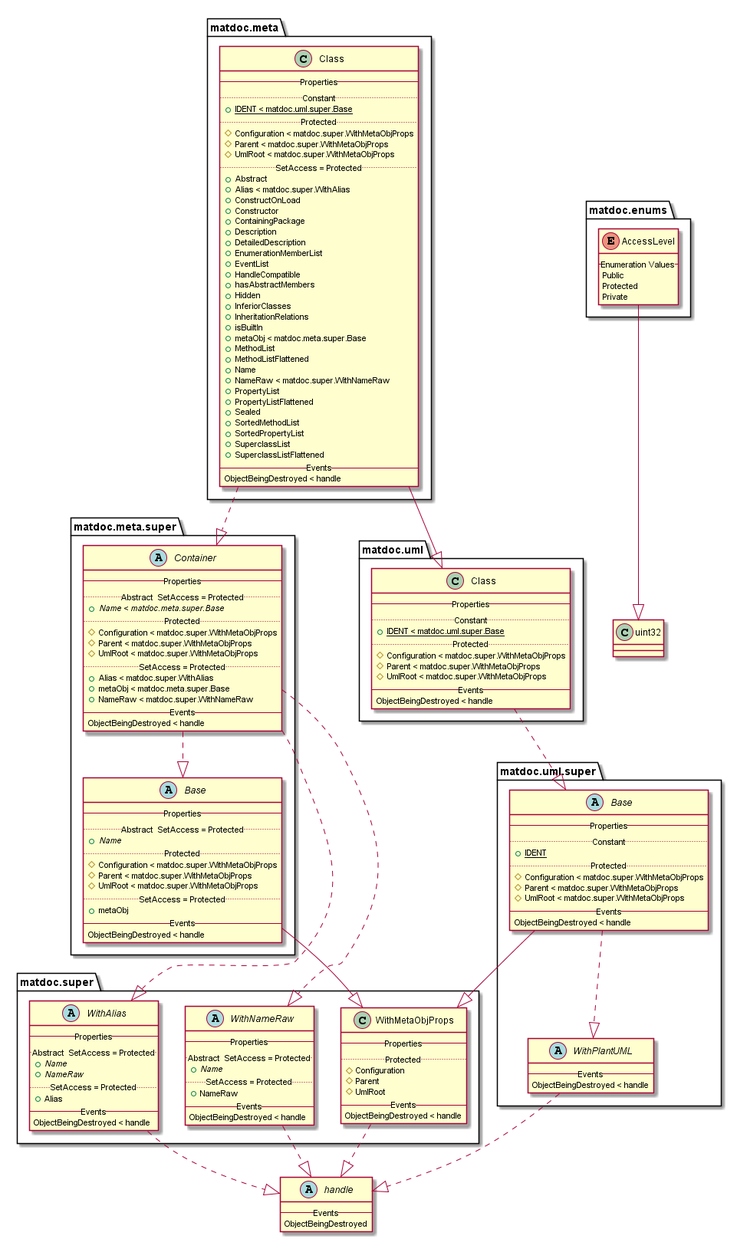
The PlantUML diagram doc/uml-examples/export-class-HideMethods-true.png in flxdot/matdoc, before a commit.
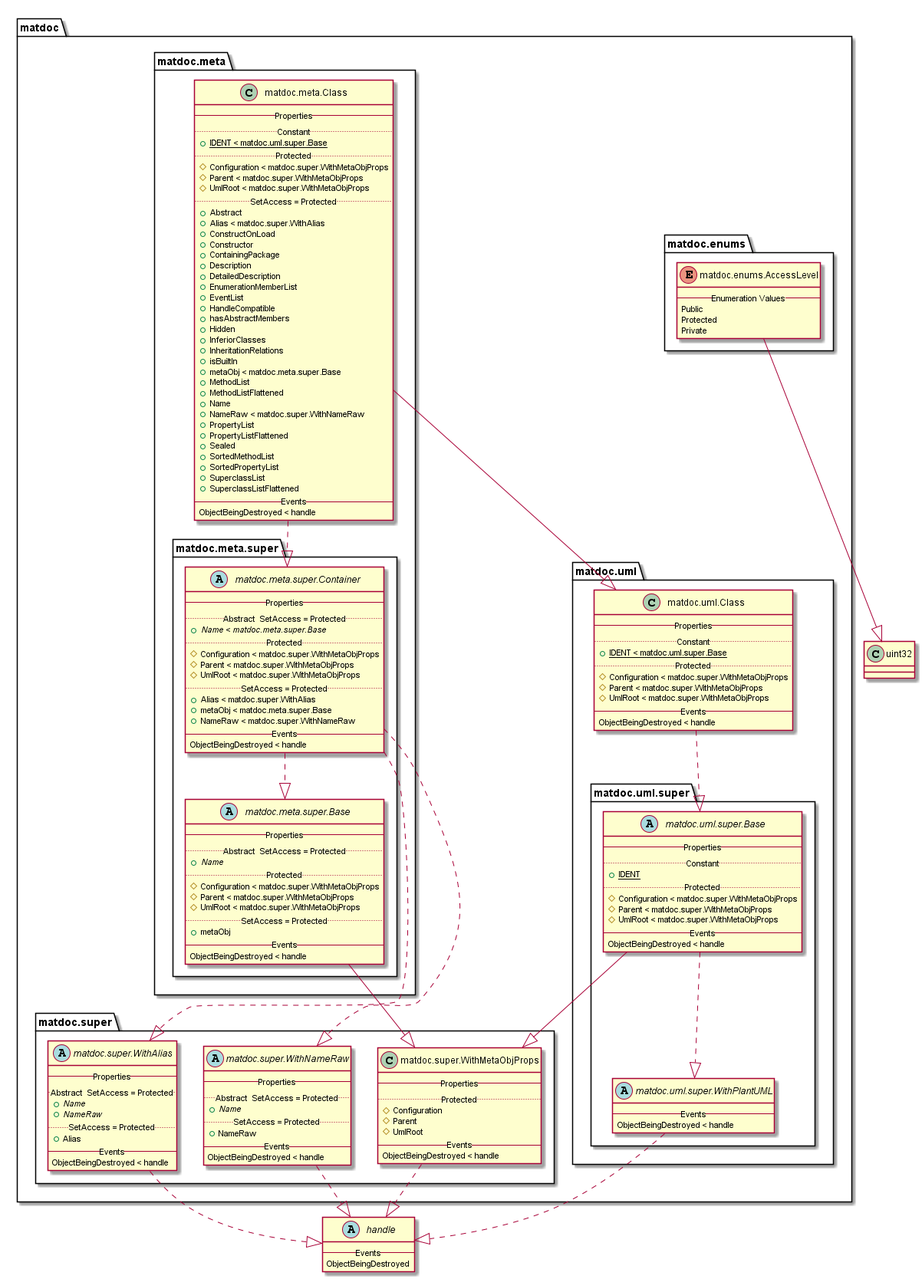
After the commit.

Change to the diagram source:
```diff
@@ -1,148 +1,178 @@
 @startuml
+
+set namespaceSeparator none
 
 abstract class handle {
    -- Events --
    ObjectBeingDestroyed
 }
 
-enum matdoc.enums.AccessLevel {
-   -- Enumeration Values --
-   Public
-   Protected
-   Private
+class uint32 {
 }
 
-class matdoc.meta.Class {
-   -- Properties --
-   .. Constant ..
-   {field} {static} + IDENT < matdoc.uml.super.Base
-   .. Protected ..
-   {field} # Configuration < matdoc.super.WithMetaObjProps
-   {field} # Parent < matdoc.super.WithMetaObjProps
-   {field} # UmlRoot < matdoc.super.WithMetaObjProps
-   .. SetAccess = Protected ..
-   {field} + Abstract
-   {field} + Alias < matdoc.super.WithAlias
-   {field} + ConstructOnLoad
-   {field} + Constructor
-   {field} + ContainingPackage
-   {field} + Description
-   {field} + DetailedDescription
-   {field} + EnumerationMemberList
-   {field} + EventList
-   {field} + HandleCompatible
-   {field} + hasAbstractMembers
-   {field} + Hidden
-   {field} + InferiorClasses
-   {field} + InheritationRelations
-   {field} + isBuiltIn
-   {field} + metaObj < matdoc.meta.super.Base
-   {field} + MethodList
-   {field} + MethodListFlattened
-   {field} + Name
-   {field} + NameRaw < matdoc.super.WithNameRaw
-   {field} + PropertyList
-   {field} + PropertyListFlattened
-   {field} + Sealed
-   {field} + SortedMethodList
-   {field} + SortedPropertyList
-   {field} + SuperclassList
-   {field} + SuperclassListFlattened
-   -- Events --
-   ObjectBeingDestroyed < handle
-}
+package matdoc {
 
-abstract class matdoc.meta.super.Base {
-   -- Properties --
-   .. Abstract  SetAccess = Protected ..
-   {field} {abstract} + Name
-   .. Protected ..
-   {field} # Configuration < matdoc.super.WithMetaObjProps
-   {field} # Parent < matdoc.super.WithMetaObjProps
-   {field} # UmlRoot < matdoc.super.WithMetaObjProps
-   .. SetAccess = Protected ..
-   {field} + metaObj
-   -- Events --
-   ObjectBeingDestroyed < handle
-}
+   package matdoc.enums {
 
-abstract class matdoc.meta.super.Container {
-   -- Properties --
-   .. Abstract  SetAccess = Protected ..
-   {field} {abstract} + Name < matdoc.meta.super.Base
-   .. Protected ..
-   {field} # Configuration < matdoc.super.WithMetaObjProps
-   {field} # Parent < matdoc.super.WithMetaObjProps
-   {field} # UmlRoot < matdoc.super.WithMetaObjProps
-   .. SetAccess = Protected ..
-   {field} + Alias < matdoc.super.WithAlias
-   {field} + metaObj < matdoc.meta.super.Base
-   {field} + NameRaw < matdoc.super.WithNameRaw
-   -- Events --
-   ObjectBeingDestroyed < handle
-}
+      enum matdoc.enums.AccessLevel {
+         -- Enumeration Values --
+         Public
+         Protected
+         Private
+      }
 
-abstract class matdoc.super.WithAlias {
-   -- Properties --
-   .. Abstract  SetAccess = Protected ..
-   {field} {abstract} + Name
-   {field} {abstract} + NameRaw
-   .. SetAccess = Protected ..
-   {field} + Alias
-   -- Events --
-   ObjectBeingDestroyed < handle
-}
+   }
 
-class matdoc.super.WithMetaObjProps {
-   -- Properties --
-   .. Protected ..
-   {field} # Configuration
-   {field} # Parent
-   {field} # UmlRoot
-   -- Events --
-   ObjectBeingDestroyed < handle
-}
+   package matdoc.meta {
 
-abstract class matdoc.super.WithNameRaw {
-   -- Properties --
-   .. Abstract  SetAccess = Protected ..
-   {field} {abstract} + Name
-   .. SetAccess = Protected ..
-   {field} + NameRaw
-   -- Events --
-   ObjectBeingDestroyed < handle
-}
+      class matdoc.meta.Class {
+         -- Properties --
+         .. Constant ..
+         {field} {static} + IDENT < matdoc.uml.super.Base
+         .. Protected ..
+         {field} # Configuration < matdoc.super.WithMetaObjProps
+         {field} # Parent < matdoc.super.WithMetaObjProps
+         {field} # UmlRoot < matdoc.super.WithMetaObjProps
+         .. SetAccess = Protected ..
+         {field} + Abstract
+         {field} + Alias < matdoc.super.WithAlias
+         {field} + ConstructOnLoad
+         {field} + Constructor
+         {field} + ContainingPackage
+         {field} + Description
+         {field} + DetailedDescription
+         {field} + EnumerationMemberList
+         {field} + EventList
+         {field} + HandleCompatible
+         {field} + hasAbstractMembers
+         {field} + Hidden
+         {field} + InferiorClasses
+         {field} + InheritationRelations
+         {field} + isBuiltIn
+         {field} + metaObj < matdoc.meta.super.Base
+         {field} + MethodList
+         {field} + MethodListFlattened
+         {field} + Name
+         {field} + NameRaw < matdoc.super.WithNameRaw
+         {field} + PropertyList
+         {field} + PropertyListFlattened
+         {field} + Sealed
+         {field} + SortedMethodList
+         {field} + SortedPropertyList
+         {field} + SuperclassList
+         {field} + SuperclassListFlattened
+         -- Events --
+         ObjectBeingDestroyed < handle
+      }
 
-class matdoc.uml.Class {
-   -- Properties --
-   .. Constant ..
-   {field} {static} + IDENT < matdoc.uml.super.Base
-   .. Protected ..
-   {field} # Configuration < matdoc.super.WithMetaObjProps
-   {field} # Parent < matdoc.super.WithMetaObjProps
-   {field} # UmlRoot < matdoc.super.WithMetaObjProps
-   -- Events --
-   ObjectBeingDestroyed < handle
-}
+      package matdoc.meta.super {
 
-abstract class matdoc.uml.super.Base {
-   -- Properties --
-   .. Constant ..
-   {field} {static} + IDENT
-   .. Protected ..
-   {field} # Configuration < matdoc.super.WithMetaObjProps
-   {field} # Parent < matdoc.super.WithMetaObjProps
-   {field} # UmlRoot < matdoc.super.WithMetaObjProps
-   -- Events --
-   ObjectBeingDestroyed < handle
-}
+         abstract class matdoc.meta.super.Base {
+            -- Properties --
+            .. Abstract  SetAccess = Protected ..
+            {field} {abstract} + Name
+            .. Protected ..
+            {field} # Configuration < matdoc.super.WithMetaObjProps
+            {field} # Parent < matdoc.super.WithMetaObjProps
+            {field} # UmlRoot < matdoc.super.WithMetaObjProps
+            .. SetAccess = Protected ..
+            {field} + metaObj
+            -- Events --
+            ObjectBeingDestroyed < handle
+         }
 
-abstract class matdoc.uml.super.WithPlantUML {
-   -- Events --
-   ObjectBeingDestroyed < handle
-}
+         abstract class matdoc.meta.super.Container {
+            -- Properties --
+            .. Abstract  SetAccess = Protected ..
+            {field} {abstract} + Name < matdoc.meta.super.Base
+            .. Protected ..
+            {field} # Configuration < matdoc.super.WithMetaObjProps
+            {field} # Parent < matdoc.super.WithMetaObjProps
+            {field} # UmlRoot < matdoc.super.WithMetaObjProps
+            .. SetAccess = Protected ..
+            {field} + Alias < matdoc.super.WithAlias
+            {field} + metaObj < matdoc.meta.super.Base
+            {field} + NameRaw < matdoc.super.WithNameRaw
+            -- Events --
+            ObjectBeingDestroyed < handle
+         }
 
-class uint32 {
+      }
+
+   }
+
+   package matdoc.super {
+
+      abstract class matdoc.super.WithAlias {
+         -- Properties --
+         .. Abstract  SetAccess = Protected ..
+         {field} {abstract} + Name
+         {field} {abstract} + NameRaw
+         .. SetAccess = Protected ..
+         {field} + Alias
+         -- Events --
+         ObjectBeingDestroyed < handle
+      }
+
+      class matdoc.super.WithMetaObjProps {
+         -- Properties --
+         .. Protected ..
+         {field} # Configuration
+         {field} # Parent
+         {field} # UmlRoot
+         -- Events --
+         ObjectBeingDestroyed < handle
+      }
+
+      abstract class matdoc.super.WithNameRaw {
+         -- Properties --
+         .. Abstract  SetAccess = Protected ..
+         {field} {abstract} + Name
+         .. SetAccess = Protected ..
+         {field} + NameRaw
+         -- Events --
+         ObjectBeingDestroyed < handle
+      }
+
+   }
+
+   package matdoc.uml {
+
+      class matdoc.uml.Class {
+         -- Properties --
+         .. Constant ..
+         {field} {static} + IDENT < matdoc.uml.super.Base
+         .. Protected ..
+         {field} # Configuration < matdoc.super.WithMetaObjProps
+         {field} # Parent < matdoc.super.WithMetaObjProps
+         {field} # UmlRoot < matdoc.super.WithMetaObjProps
+         -- Events --
+         ObjectBeingDestroyed < handle
+      }
+
+      package matdoc.uml.super {
+
+         abstract class matdoc.uml.super.Base {
+            -- Properties --
+            .. Constant ..
+            {field} {static} + IDENT
+            .. Protected ..
+            {field} # Configuration < matdoc.super.WithMetaObjProps
+            {field} # Parent < matdoc.super.WithMetaObjProps
+            {field} # UmlRoot < matdoc.super.WithMetaObjProps
+            -- Events --
+            ObjectBeingDestroyed < handle
+         }
+
+         abstract class matdoc.uml.super.WithPlantUML {
+            -- Events --
+            ObjectBeingDestroyed < handle
+         }
+
+      }
+
+   }
+
 }
 
 
@@ -161,5 +191,4 @@
 matdoc.uml.super.Base ..|> matdoc.uml.super.WithPlantUML
 matdoc.uml.super.WithPlantUML ..|> handle
 
-
 @enduml
```
